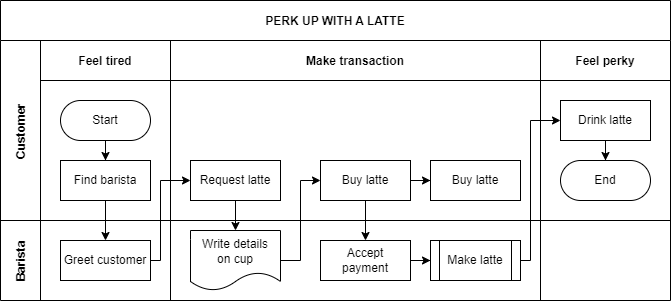
This is drawio_demo/test.drawio.png from xcli2018/upgit_demo, a draw.io export, as it was before one commit. Source tidied: cells renumbered, new cells last; positions are measured from the earlier drawing's top-left corner, leaving out a move shared by most shapes.
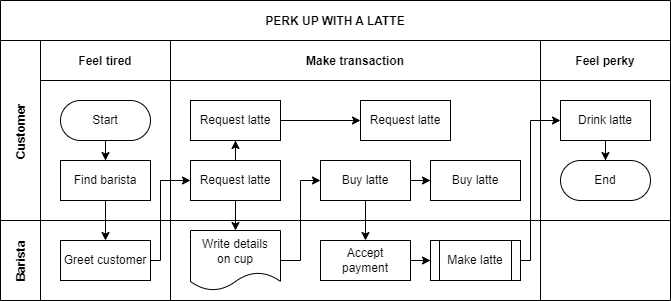
After the commit.

Diff of the diagram source:
```diff
@@ -26,6 +26,9 @@
     <mxCell id="9" value="Make transaction" style="swimlane;swimlaneHead=0;swimlaneBody=0;fillColor=none;startSize=40;fontStyle=1;" parent="4" vertex="1">
       <mxGeometry x="170" width="370" height="180" as="geometry" />
     </mxCell>
+    <mxCell id="32" style="edgeStyle=orthogonalEdgeStyle;rounded=0;jettySize=auto;html=1;" parent="9" edge="1" source="10" target="34">
+      <mxGeometry relative="1" as="geometry" />
+    </mxCell>
     <mxCell id="10" value="Request latte" style="rounded=0;whiteSpace=wrap;html=1;" parent="9" vertex="1">
       <mxGeometry x="20" y="120" width="90" height="40" as="geometry" />
     </mxCell>
@@ -38,6 +41,15 @@
     <mxCell id="13" value="Buy latte" style="rounded=0;whiteSpace=wrap;html=1;" parent="9" vertex="1">
       <mxGeometry x="260" y="120" width="90" height="40" as="geometry" />
     </mxCell>
+    <mxCell id="33" style="edgeStyle=orthogonalEdgeStyle;rounded=0;jettySize=auto;html=1;" parent="9" edge="1" source="34" target="35">
+      <mxGeometry relative="1" as="geometry" />
+    </mxCell>
+    <mxCell id="34" value="Request latte" style="rounded=0;whiteSpace=wrap;html=1;" parent="9" vertex="1">
+      <mxGeometry x="20" y="60" width="90" height="40" as="geometry" />
+    </mxCell>
+    <mxCell id="35" value="Request latte" style="rounded=0;whiteSpace=wrap;html=1;" parent="9" vertex="1">
+      <mxGeometry x="190" y="60" width="90" height="40" as="geometry" />
+    </mxCell>
     <mxCell id="14" value="Feel perky" style="swimlane;swimlaneHead=0;swimlaneBody=0;fillColor=none;startSize=40;fontStyle=1;" parent="4" vertex="1">
       <mxGeometry x="540" width="130" height="180" as="geometry" />
     </mxCell>
```
